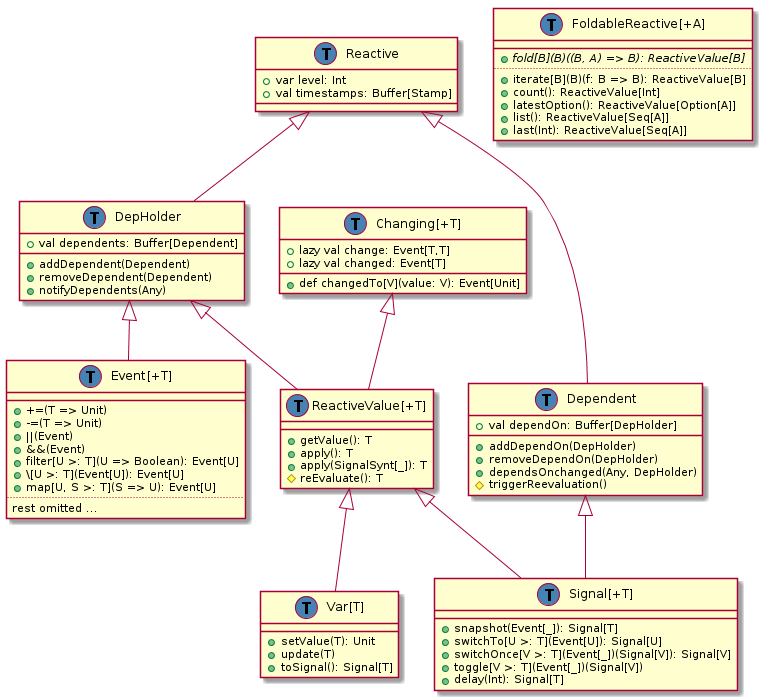
Above: doc/class-hierarchy/post-refactoring-may-14.png in rescala-lang/REScala (PlantUML), before the change.
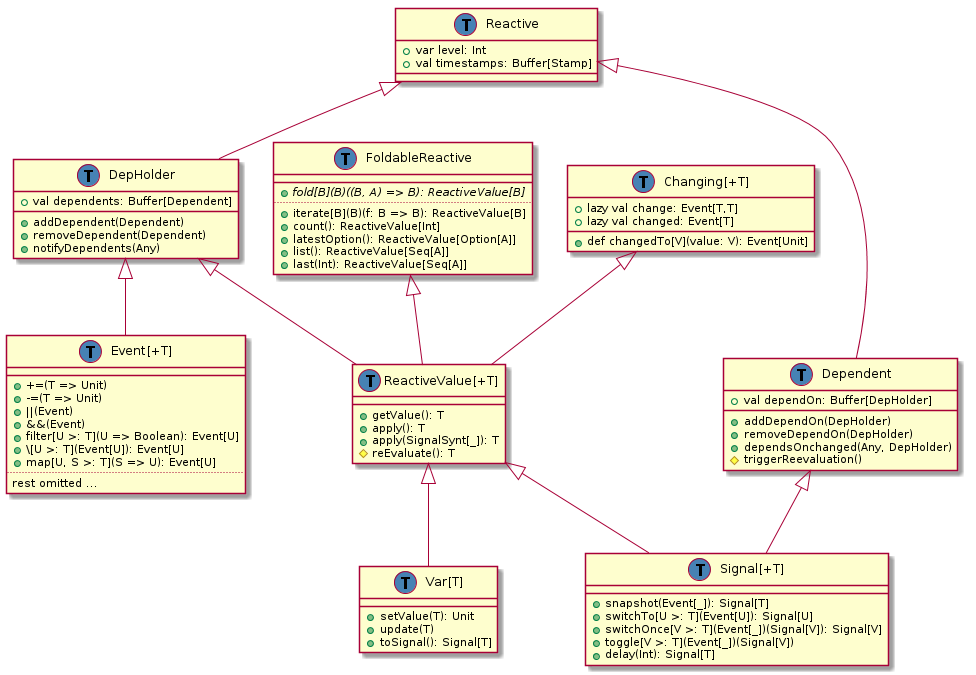
After the commit.

Commit message:
Include FoldableReactive traits into ReactiveValues

The edit, as a diff of the source:
```diff
@@ -30,6 +30,7 @@
   #reEvaluate(): T
 }
 DepHolder <|-- ReactiveValue
+FoldableReactive <|-- ReactiveValue
 
 class "Var[T]" as Var {
   __
```
